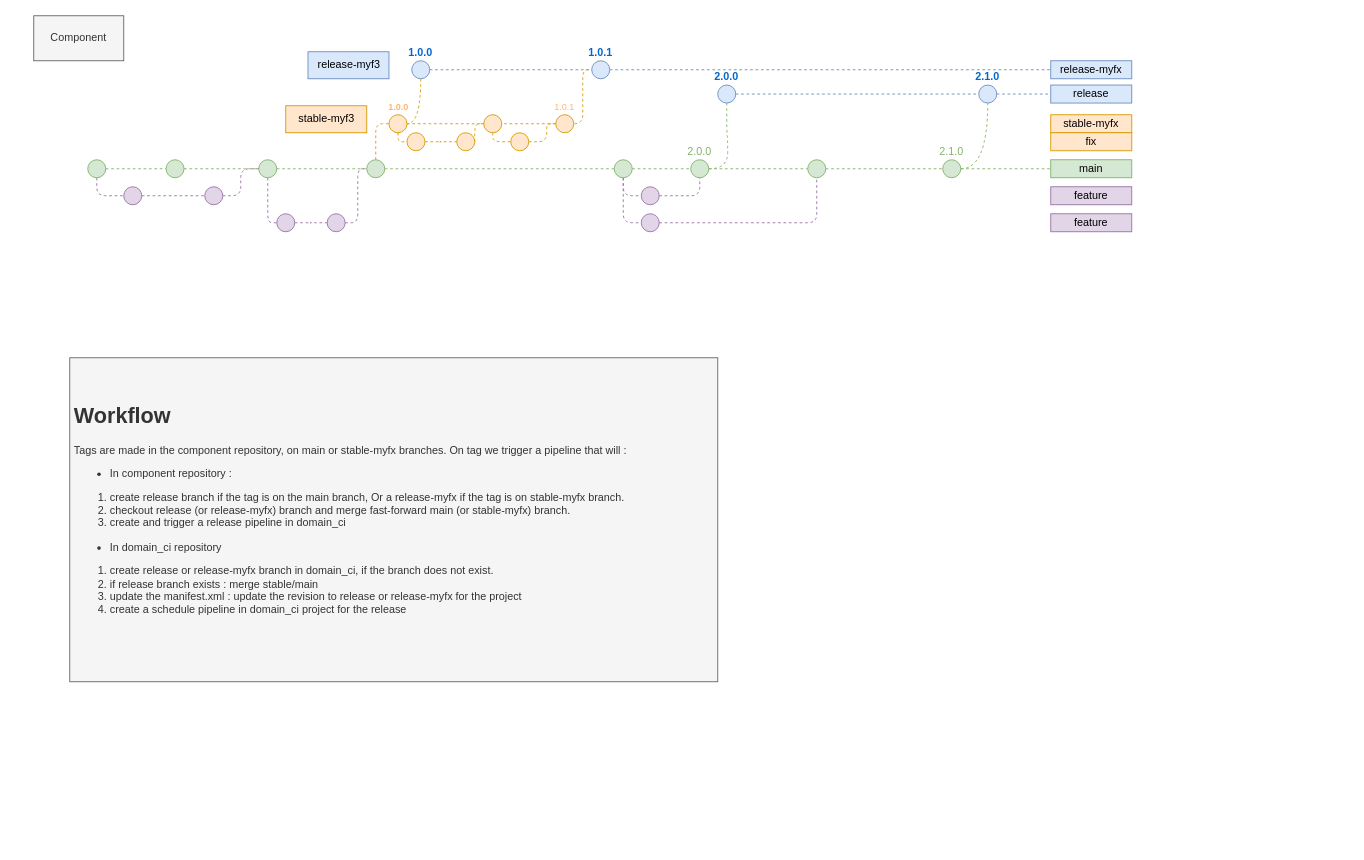
This is page "gitflow" (1 of 2) of Untitled Diagram.drawio from salmen/renault, a draw.io file, before an edit. Source tidied: cells renumbered, new cells numbered last; positions are measured from the earlier drawing's top-left corner, leaving out a move shared by most shapes. Both pictures are drawn from the tidied source at 90%, with x=0, y=0 at pixel (33, 15).
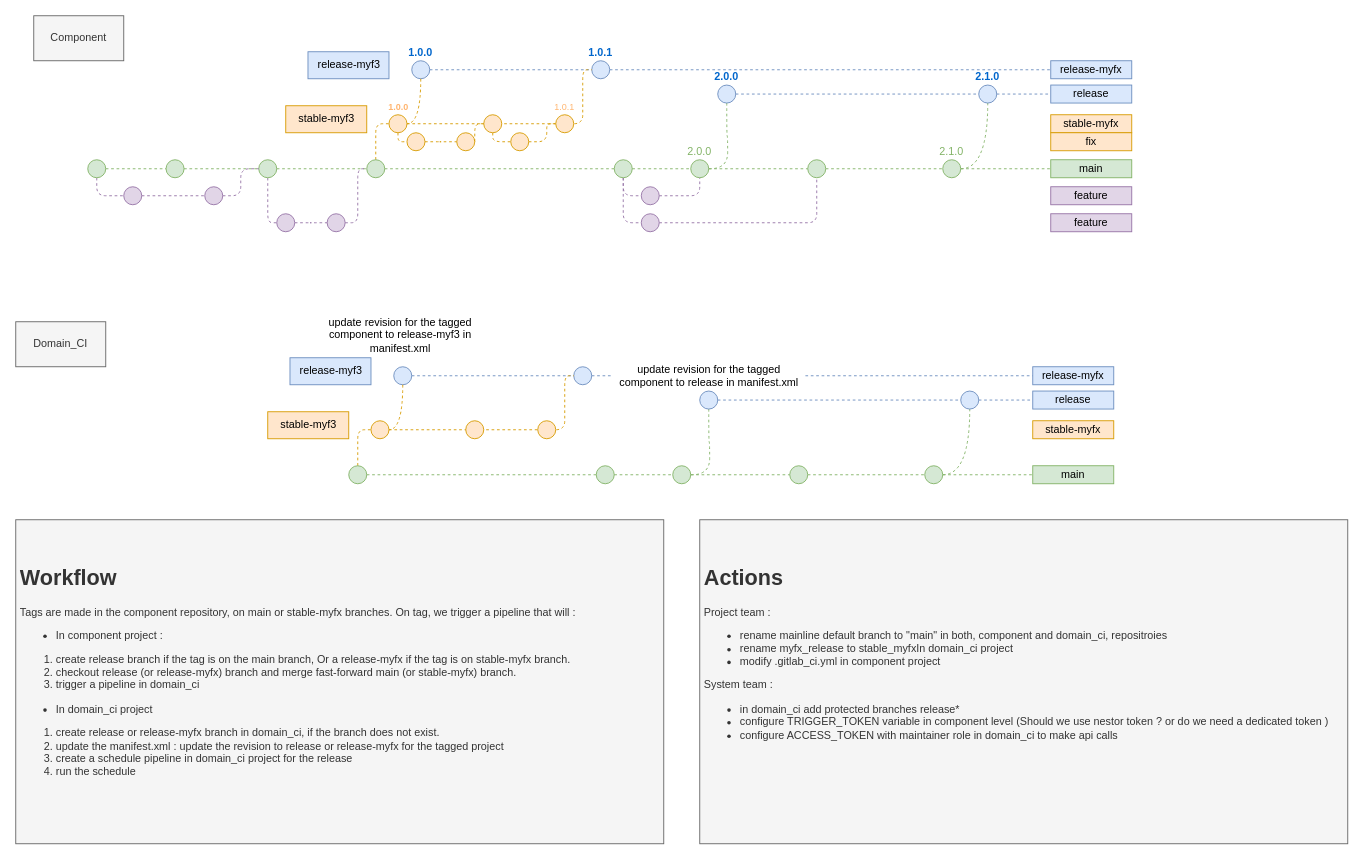
After the change.

What changed in the source:
```diff
@@
-    <mxCell id="66" value="&lt;h1 style=&quot;border-color: var(--border-color);&quot;&gt;&lt;br&gt;&lt;/h1&gt;&lt;h1&gt;Workflow&lt;/h1&gt;&lt;p&gt;Tags are made in the component repository, on main or stable-myfx branches. On tag we trigger a pipeline that will :&amp;nbsp;&lt;/p&gt;&lt;p&gt;&lt;/p&gt;&lt;ul&gt;&lt;li&gt;In component repository :&lt;/li&gt;&lt;/ul&gt;&lt;p&gt;&lt;/p&gt;&lt;p&gt;&lt;/p&gt;&lt;ol&gt;&lt;li&gt;create release branch if the tag is on the main branch, Or a release-myfx if the tag is on stable-myfx branch.&lt;/li&gt;&lt;li&gt;checkout release (or release-myfx) branch and merge fast-forward main (or stable-myfx) branch.&lt;/li&gt;&lt;li&gt;create and trigger a release pipeline in domain_ci&lt;/li&gt;&lt;/ol&gt;&lt;ul&gt;&lt;li&gt;In domain_ci repository&lt;/li&gt;&lt;/ul&gt;&lt;ol&gt;&lt;li&gt;create release or release-myfx branch in domain_ci, if the branch does not exist.&lt;/li&gt;&lt;li&gt;if release branch exists : merge stable/main&amp;nbsp;&lt;/li&gt;&lt;li&gt;update the manifest.xml : update the revision to release or release-myfx for the project&lt;/li&gt;&lt;li&gt;create a schedule pipeline in domain_ci project for the release&lt;/li&gt;&lt;/ol&gt;&lt;p&gt;&lt;/p&gt;" style="text;html=1;strokeColor=#666666;fillColor=#f5f5f5;spacing=5;spacingTop=-20;whiteSpace=wrap;overflow=hidden;rounded=0;fontSize=12;fontFamily=Helvetica;fontColor=#333333;" parent="1" vertex="1">
-      <mxGeometry x="40" y="380" width="720" height="360" as="geometry" />
+    <mxCell id="66" value="&lt;h1 style=&quot;border-color: var(--border-color);&quot;&gt;&lt;br&gt;&lt;/h1&gt;&lt;h1&gt;Workflow&lt;/h1&gt;&lt;p&gt;Tags are made in the component repository, on main or stable-myfx branches. On tag, we trigger a pipeline that will :&amp;nbsp;&lt;/p&gt;&lt;p&gt;&lt;/p&gt;&lt;ul&gt;&lt;li&gt;In component project :&lt;/li&gt;&lt;/ul&gt;&lt;p&gt;&lt;/p&gt;&lt;p&gt;&lt;/p&gt;&lt;ol&gt;&lt;li&gt;create release branch if the tag is on the main branch, Or a release-myfx if the tag is on stable-myfx branch.&lt;/li&gt;&lt;li&gt;checkout release (or release-myfx) branch and merge fast-forward main (or stable-myfx) branch.&lt;/li&gt;&lt;li&gt;trigger a pipeline in domain_ci&lt;/li&gt;&lt;/ol&gt;&lt;ul&gt;&lt;li&gt;In domain_ci project&lt;/li&gt;&lt;/ul&gt;&lt;ol&gt;&lt;li&gt;create release or release-myfx branch in domain_ci, if the branch does not exist.&lt;/li&gt;&lt;li&gt;&lt;span style=&quot;background-color: initial;&quot;&gt;update the manifest.xml : update the revision to release or release-myfx for the tagged project&lt;/span&gt;&lt;br&gt;&lt;/li&gt;&lt;li&gt;create a schedule pipeline in domain_ci project for the release&lt;/li&gt;&lt;li&gt;run the schedule&lt;/li&gt;&lt;/ol&gt;&lt;p&gt;&lt;/p&gt;" style="text;html=1;strokeColor=#666666;fillColor=#f5f5f5;spacing=5;spacingTop=-20;whiteSpace=wrap;overflow=hidden;rounded=0;fontSize=12;fontFamily=Helvetica;fontColor=#333333;" parent="1" vertex="1">
+      <mxGeometry x="-20" y="560" width="720" height="360" as="geometry" />
     </mxCell>
@@
+    <mxCell id="68" style="endArrow=none;dashed=1;html=1;fillColor=#dae8fc;strokeColor=#6c8ebf;exitX=1;exitY=0.5;exitDx=0;exitDy=0;entryX=0;entryY=0.5;entryDx=0;entryDy=0;" parent="1" edge="1" source="103" target="70">
+      <mxGeometry relative="1" as="geometry" />
+    </mxCell>
+    <mxCell id="69" style="ellipse;whiteSpace=wrap;html=1;fillColor=#dae8fc;strokeColor=#6c8ebf;fontStyle=1;labelPosition=center;verticalLabelPosition=top;align=center;verticalAlign=bottom;fontColor=#0066CC;" parent="1" vertex="1">
+      <mxGeometry x="400" y="390" width="20" height="20" as="geometry" />
+    </mxCell>
+    <mxCell id="70" value="release-myfx" style="text;html=1;strokeColor=#6c8ebf;fillColor=#dae8fc;align=center;verticalAlign=middle;whiteSpace=wrap;rounded=0;" parent="1" vertex="1">
+      <mxGeometry x="1110" y="390" width="90" height="20" as="geometry" />
+    </mxCell>
+    <mxCell id="71" style="edgeStyle=orthogonalEdgeStyle;rounded=1;jettySize=auto;html=1;dashed=1;endArrow=none;endFill=0;fillColor=#d5e8d4;strokeColor=#82b366;" parent="1" edge="1" source="93" target="72">
+      <mxGeometry relative="1" as="geometry" />
+    </mxCell>
+    <mxCell id="72" value="main" style="text;html=1;strokeColor=#82b366;fillColor=#d5e8d4;align=center;verticalAlign=middle;whiteSpace=wrap;rounded=0;" parent="1" vertex="1">
+      <mxGeometry x="1110" y="500" width="90" height="20" as="geometry" />
+    </mxCell>
+    <mxCell id="73" style="edgeStyle=orthogonalEdgeStyle;rounded=1;jettySize=auto;html=1;dashed=1;endArrow=none;endFill=0;fontSize=10;fontColor=#FFB570;fillColor=#ffe6cc;strokeColor=#d79b00;" parent="1" edge="1" source="74" target="88">
+      <mxGeometry relative="1" as="geometry">
+        <Array as="points">
+          <mxPoint x="360" y="460" />
+        </Array>
+      </mxGeometry>
+    </mxCell>
+    <mxCell id="74" style="ellipse;whiteSpace=wrap;html=1;fillColor=#d5e8d4;strokeColor=#82b366;" parent="1" vertex="1">
+      <mxGeometry x="350" y="500" width="20" height="20" as="geometry" />
+    </mxCell>
+    <mxCell id="75" style="ellipse;whiteSpace=wrap;html=1;fillColor=#dae8fc;strokeColor=#6c8ebf;fontStyle=1;labelPosition=center;verticalLabelPosition=top;align=center;verticalAlign=bottom;fontColor=#0066CC;" parent="1" vertex="1">
+      <mxGeometry x="600" y="390" width="20" height="20" as="geometry" />
+    </mxCell>
+    <mxCell id="76" style="endArrow=none;dashed=1;html=1;fillColor=#dae8fc;strokeColor=#6c8ebf;" parent="1" edge="1" source="69" target="75">
+      <mxGeometry relative="1" as="geometry" />
+    </mxCell>
+    <mxCell id="77" style="edgeStyle=orthogonalEdgeStyle;rounded=1;jettySize=auto;html=1;dashed=1;endArrow=none;endFill=0;fontSize=10;fontColor=#FFB570;fillColor=#ffe6cc;strokeColor=#d79b00;exitX=1;exitY=0.5;exitDx=0;exitDy=0;" parent="1" edge="1" source="88" target="75">
+      <mxGeometry relative="1" as="geometry">
+        <Array as="points">
+          <mxPoint x="590" y="460" />
+          <mxPoint x="590" y="400" />
+        </Array>
+      </mxGeometry>
+    </mxCell>
+    <mxCell id="78" style="ellipse;whiteSpace=wrap;html=1;fontSize=10;labelPosition=center;verticalLabelPosition=top;align=center;verticalAlign=bottom;fillColor=#ffe6cc;strokeColor=#d79b00;fontColor=#FFB570;" parent="1" vertex="1">
+      <mxGeometry x="480" y="450" width="20" height="20" as="geometry" />
+    </mxCell>
+    <mxCell id="79" value="stable-myfx" style="text;html=1;strokeColor=#d79b00;fillColor=#ffe6cc;align=center;verticalAlign=middle;whiteSpace=wrap;rounded=0;fontSize=12;" parent="1" vertex="1">
+      <mxGeometry x="1110" y="450" width="90" height="20" as="geometry" />
+    </mxCell>
+    <mxCell id="80" style="edgeStyle=orthogonalEdgeStyle;rounded=1;jettySize=auto;html=1;dashed=1;endArrow=none;endFill=0;fillColor=#d5e8d4;strokeColor=#82b366;" parent="1" edge="1" source="74" target="81">
+      <mxGeometry relative="1" as="geometry" />
+    </mxCell>
+    <mxCell id="81" style="ellipse;whiteSpace=wrap;html=1;fontSize=10;fillColor=#d5e8d4;strokeColor=#82b366;" parent="1" vertex="1">
+      <mxGeometry x="625" y="500" width="20" height="20" as="geometry" />
+    </mxCell>
+    <mxCell id="82" style="edgeStyle=orthogonalEdgeStyle;rounded=0;jettySize=auto;html=1;entryX=0.5;entryY=1;entryDx=0;entryDy=0;curved=1;fillColor=#d5e8d4;strokeColor=#82b366;dashed=1;endArrow=none;endFill=0;" parent="1" edge="1" target="91">
+      <mxGeometry relative="1" as="geometry">
+        <mxPoint x="730" y="510" as="sourcePoint" />
+      </mxGeometry>
+    </mxCell>
+    <mxCell id="83" style="ellipse;whiteSpace=wrap;html=1;fontSize=12;fillColor=#d5e8d4;strokeColor=#82b366;labelPosition=center;verticalLabelPosition=top;align=center;verticalAlign=bottom;labelBackgroundColor=none;labelBorderColor=none;fontColor=#82B366;" parent="1" vertex="1">
+      <mxGeometry x="710" y="500" width="20" height="20" as="geometry" />
+    </mxCell>
+    <mxCell id="84" style="edgeStyle=orthogonalEdgeStyle;rounded=1;jettySize=auto;html=1;dashed=1;endArrow=none;endFill=0;fillColor=#d5e8d4;strokeColor=#82b366;" parent="1" edge="1" source="81" target="83">
+      <mxGeometry relative="1" as="geometry" />
+    </mxCell>
+    <mxCell id="85" style="ellipse;whiteSpace=wrap;html=1;fontSize=10;fillColor=#ffe6cc;strokeColor=#d79b00;labelPosition=center;verticalLabelPosition=top;align=center;verticalAlign=bottom;fontColor=#FFB570;" parent="1" vertex="1">
+      <mxGeometry x="560" y="450" width="20" height="20" as="geometry" />
+    </mxCell>
+    <mxCell id="86" value="stable-myf3" style="text;html=1;align=center;verticalAlign=middle;strokeColor=#d79b00;fillColor=#ffe6cc;" parent="1" vertex="1">
+      <mxGeometry x="260" y="440" width="90" height="30" as="geometry" />
+    </mxCell>
+    <mxCell id="87" style="endArrow=none;dashed=1;html=1;fillColor=#ffe6cc;strokeColor=#d79b00;exitX=0.5;exitY=1;exitDx=0;exitDy=0;entryX=1;entryY=0.5;entryDx=0;entryDy=0;edgeStyle=orthogonalEdgeStyle;curved=1;" parent="1" edge="1" source="69" target="88">
+      <mxGeometry relative="1" as="geometry" />
+    </mxCell>
+    <mxCell id="88" style="ellipse;html=1;fontSize=10;labelPosition=center;verticalLabelPosition=top;align=center;verticalAlign=bottom;fillColor=#ffe6cc;strokeColor=#d79b00;fontColor=#FFB570;fontStyle=1;labelBorderColor=none;" parent="1" vertex="1">
+      <mxGeometry x="374.7" y="450" width="20" height="20" as="geometry" />
+    </mxCell>
+    <mxCell id="89" value="release" style="text;html=1;strokeColor=#6c8ebf;fillColor=#dae8fc;align=center;verticalAlign=middle;whiteSpace=wrap;rounded=0;" parent="1" vertex="1">
+      <mxGeometry x="1110" y="417" width="90" height="20" as="geometry" />
+    </mxCell>
+    <mxCell id="90" style="endArrow=none;dashed=1;html=1;fillColor=#dae8fc;strokeColor=#6c8ebf;exitX=1;exitY=0.5;exitDx=0;exitDy=0;" parent="1" edge="1" source="97">
+      <mxGeometry relative="1" as="geometry">
+        <mxPoint x="1110" y="427" as="targetPoint" />
+      </mxGeometry>
+    </mxCell>
+    <mxCell id="91" style="ellipse;whiteSpace=wrap;html=1;fillColor=#dae8fc;strokeColor=#6c8ebf;fontStyle=1;labelPosition=center;verticalLabelPosition=top;align=center;verticalAlign=bottom;fontColor=#0066CC;" parent="1" vertex="1">
+      <mxGeometry x="740" y="417" width="20" height="20" as="geometry" />
+    </mxCell>
+    <mxCell id="92" style="edgeStyle=orthogonalEdgeStyle;rounded=1;jettySize=auto;html=1;dashed=1;endArrow=none;endFill=0;fillColor=#d5e8d4;strokeColor=#82b366;" parent="1" edge="1" source="83" target="93">
+      <mxGeometry relative="1" as="geometry" />
+    </mxCell>
+    <mxCell id="93" style="ellipse;whiteSpace=wrap;html=1;fontSize=10;fillColor=#d5e8d4;strokeColor=#82b366;" parent="1" vertex="1">
+      <mxGeometry x="840" y="500" width="20" height="20" as="geometry" />
+    </mxCell>
+    <mxCell id="94" style="edgeStyle=orthogonalEdgeStyle;jettySize=auto;html=1;exitX=1;exitY=0.5;exitDx=0;exitDy=0;entryX=0.5;entryY=1;entryDx=0;entryDy=0;endArrow=none;strokeColor=#82b366;fillColor=#d5e8d4;dashed=1;endFill=0;curved=1;" parent="1" edge="1" source="95" target="97">
+      <mxGeometry relative="1" as="geometry" />
+    </mxCell>
+    <mxCell id="95" style="ellipse;whiteSpace=wrap;html=1;fontSize=12;fillColor=#d5e8d4;strokeColor=#82b366;labelPosition=center;verticalLabelPosition=top;align=center;verticalAlign=bottom;labelBackgroundColor=none;labelBorderColor=none;fontColor=#82B366;" parent="1" vertex="1">
+      <mxGeometry x="990" y="500" width="20" height="20" as="geometry" />
+    </mxCell>
+    <mxCell id="96" style="endArrow=none;dashed=1;html=1;fillColor=#dae8fc;strokeColor=#6c8ebf;exitX=1;exitY=0.5;exitDx=0;exitDy=0;" parent="1" edge="1" source="91" target="97">
+      <mxGeometry relative="1" as="geometry" />
+    </mxCell>
+    <mxCell id="97" style="ellipse;whiteSpace=wrap;html=1;fillColor=#dae8fc;strokeColor=#6c8ebf;fontStyle=1;labelPosition=center;verticalLabelPosition=top;align=center;verticalAlign=bottom;fontColor=#0066CC;" parent="1" vertex="1">
+      <mxGeometry x="1030" y="417" width="20" height="20" as="geometry" />
+    </mxCell>
+    <mxCell id="98" value="release-myf3" style="text;html=1;align=center;verticalAlign=middle;strokeColor=#6c8ebf;fillColor=#dae8fc;" parent="1" vertex="1">
+      <mxGeometry x="284.7" y="380" width="90" height="30" as="geometry" />
+    </mxCell>
+    <mxCell id="99" value="Domain_CI" style="text;html=1;strokeColor=#666666;fillColor=#f5f5f5;align=center;verticalAlign=middle;whiteSpace=wrap;rounded=0;fontSize=12;fontFamily=Helvetica;fontColor=#333333;" parent="1" vertex="1">
+      <mxGeometry x="-20" y="340" width="100" height="50" as="geometry" />
+    </mxCell>
+    <mxCell id="100" value="&lt;h1 style=&quot;border-color: var(--border-color);&quot;&gt;&lt;br&gt;&lt;/h1&gt;&lt;h1&gt;&lt;span style=&quot;background-color: initial;&quot;&gt;Actions&lt;/span&gt;&lt;/h1&gt;&lt;div&gt;Project team :&amp;nbsp;&lt;/div&gt;&lt;ul&gt;&lt;li&gt;&lt;span style=&quot;background-color: initial;&quot;&gt;rename mainline default branch to &quot;main&quot; in both, component and domain_ci, repositroies&amp;nbsp;&lt;/span&gt;&lt;/li&gt;&lt;li&gt;&lt;span style=&quot;background-color: initial;&quot;&gt;rename myfx_release to stable_myfx&lt;/span&gt;In domain_ci project&lt;/li&gt;&lt;li&gt;modify .gitlab_ci.yml in component project&lt;/li&gt;&lt;/ul&gt;&lt;div&gt;System team :&amp;nbsp;&lt;/div&gt;&lt;ul&gt;&lt;li&gt;in domain_ci add protected branches release*&lt;/li&gt;&lt;li&gt;configure TRIGGER_TOKEN variable in component level (Should we use nestor token ? or do we need a dedicated token )&lt;/li&gt;&lt;li&gt;configure ACCESS_TOKEN with maintainer role in domain_ci to make api calls&lt;/li&gt;&lt;/ul&gt;&lt;p&gt;&lt;/p&gt;" style="text;html=1;strokeColor=#666666;fillColor=#f5f5f5;spacing=5;spacingTop=-20;whiteSpace=wrap;overflow=hidden;rounded=0;fontSize=12;fontFamily=Helvetica;fontColor=#333333;" parent="1" vertex="1">
+      <mxGeometry x="740" y="560" width="720" height="360" as="geometry" />
+    </mxCell>
+    <mxCell id="101" value="update revision for the tagged component to release-myf3 in manifest.xml&lt;br&gt;" style="text;html=1;strokeColor=none;fillColor=none;align=center;verticalAlign=middle;whiteSpace=wrap;rounded=0;" parent="1" vertex="1">
+      <mxGeometry x="300" y="330" width="214.7" height="50" as="geometry" />
+    </mxCell>
+    <mxCell id="102" style="endArrow=none;dashed=1;html=1;fillColor=#dae8fc;strokeColor=#6c8ebf;exitX=1;exitY=0.5;exitDx=0;exitDy=0;entryX=0;entryY=0.5;entryDx=0;entryDy=0;" parent="1" edge="1" source="75" target="103">
+      <mxGeometry relative="1" as="geometry" />
+    </mxCell>
+    <mxCell id="103" value="update revision for the tagged component to release in manifest.xml" style="text;html=1;strokeColor=none;fillColor=none;align=center;verticalAlign=middle;whiteSpace=wrap;rounded=0;" parent="1" vertex="1">
+      <mxGeometry x="642.7" y="375" width="214.7" height="50" as="geometry" />
+    </mxCell>
```
